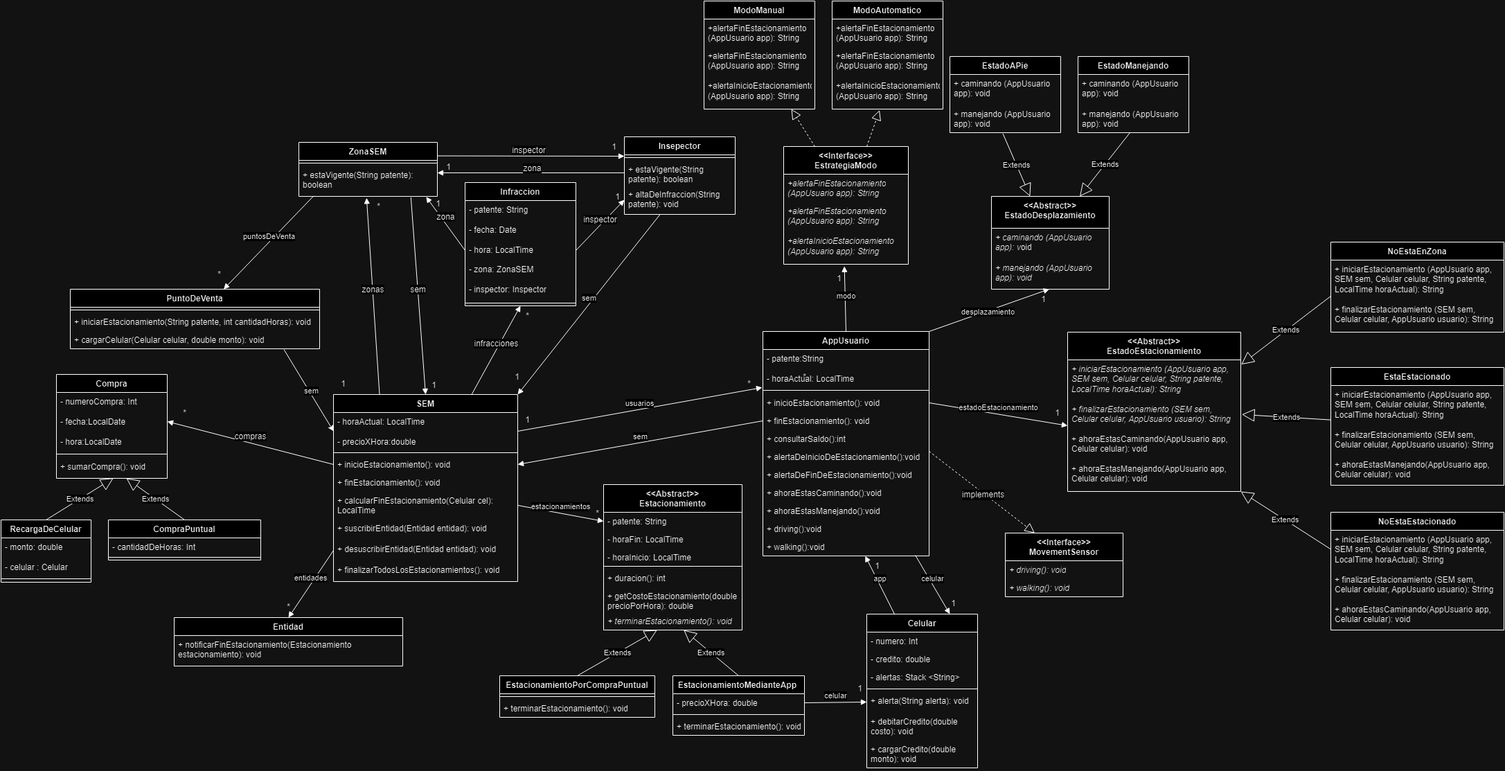
Before: OBJ2-2024.drawio.png, a diagram exported from draw.io (MateoGiuffra/po2-TpFinal2024). Source tidied: cells renumbered, new cells last; positions are measured from the earlier drawing's top-left corner, leaving out a move shared by most shapes.
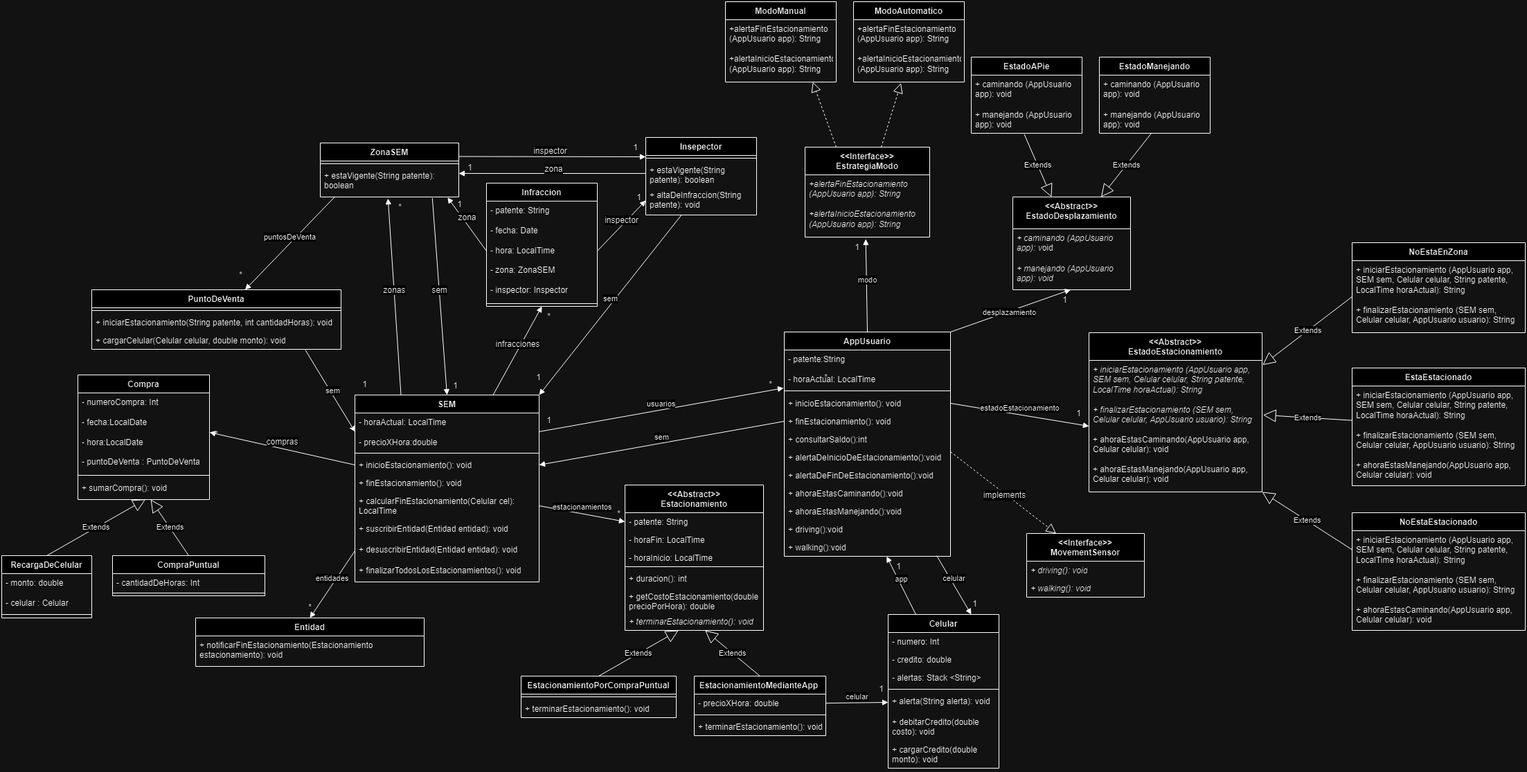
The same file after the commit.

The edit, as a diff of the source:
```diff
@@ -212,13 +212,10 @@
       <mxGeometry relative="1" as="geometry" />
     </mxCell>
     <mxCell id="71" value="&lt;div&gt;&amp;lt;&amp;lt;Interface&amp;gt;&amp;gt;&lt;/div&gt;EstrategiaModo" style="swimlane;fontStyle=1;align=center;verticalAlign=top;horizontal=1;startSize=40;whiteSpace=wrap;html=1;" parent="1" vertex="1">
-      <mxGeometry x="1130" y="210" width="180" height="170" as="geometry" />
+      <mxGeometry x="1130" y="210" width="180" height="130" as="geometry" />
     </mxCell>
-    <mxCell id="72" value="&lt;i&gt;+alertaFinEstacionamiento&lt;/i&gt;&lt;div&gt;&lt;i&gt;(AppUsuario app): String&lt;/i&gt;&lt;/div&gt;" style="text;strokeColor=none;fillColor=none;align=left;verticalAlign=top;spacingLeft=4;spacingRight=4;overflow=hidden;whiteSpace=wrap;html=1;" parent="71" vertex="1">
-      <mxGeometry y="40" width="180" height="40" as="geometry" />
-    </mxCell>
     <mxCell id="73" value="&lt;div&gt;&lt;i&gt;+alertaFinEstacionamiento&lt;/i&gt;&lt;/div&gt;&lt;div&gt;&lt;i&gt;(AppUsuario app): String&lt;/i&gt;&lt;/div&gt;&lt;div&gt;&lt;i&gt;&lt;br&gt;&lt;/i&gt;&lt;/div&gt;&lt;div&gt;&lt;i&gt;+alertaInicioEstacionamiento&lt;/i&gt;&lt;/div&gt;&lt;div&gt;&lt;i&gt;(AppUsuario app): String&lt;/i&gt;&lt;/div&gt;" style="text;strokeColor=none;fillColor=none;align=left;verticalAlign=top;spacingLeft=4;spacingRight=4;overflow=hidden;points=[[0,0.5],[1,0.5]];portConstraint=eastwest;whiteSpace=wrap;html=1;" parent="71" vertex="1">
-      <mxGeometry y="80" width="180" height="90" as="geometry" />
+      <mxGeometry y="40" width="180" height="90" as="geometry" />
     </mxCell>
     <mxCell id="74" style="html=1;verticalAlign=bottom;endArrow=block;curved=0;rounded=0;exitX=0.5;exitY=0;exitDx=0;exitDy=0;entryX=0.487;entryY=1.031;entryDx=0;entryDy=0;entryPerimeter=0;" parent="1" edge="1" source="28" target="73">
       <mxGeometry relative="1" as="geometry" />
@@ -251,22 +248,22 @@
       <mxGeometry relative="1" as="geometry" />
     </mxCell>
     <mxCell id="84" value="Compra" style="swimlane;fontStyle=1;align=center;verticalAlign=top;horizontal=1;startSize=26;whiteSpace=wrap;html=1;" parent="1" vertex="1">
-      <mxGeometry x="80" y="539" width="160" height="150" as="geometry" />
+      <mxGeometry x="80" y="539" width="190" height="180" as="geometry" />
     </mxCell>
-    <mxCell id="85" value="- numeroCompra: Int&lt;div&gt;&lt;br&gt;&lt;div&gt;- fecha:LocalDate&lt;br&gt;&lt;/div&gt;&lt;div&gt;&lt;br&gt;&lt;/div&gt;&lt;div&gt;- hora:LocalDate&amp;nbsp;&lt;br&gt;&lt;/div&gt;&lt;/div&gt;" style="text;strokeColor=none;fillColor=none;align=left;verticalAlign=top;spacingLeft=4;spacingRight=4;overflow=hidden;points=[[0,0.5],[1,0.5]];portConstraint=eastwest;whiteSpace=wrap;html=1;" parent="84" vertex="1">
-      <mxGeometry y="26" width="160" height="84" as="geometry" />
+    <mxCell id="85" value="- numeroCompra: Int&lt;div&gt;&lt;br&gt;&lt;div&gt;- fecha:LocalDate&lt;br&gt;&lt;/div&gt;&lt;div&gt;&lt;br&gt;&lt;/div&gt;&lt;div&gt;- hora:LocalDate&lt;/div&gt;&lt;div&gt;&lt;br&gt;&lt;/div&gt;&lt;div&gt;- puntoDeVenta : PuntoDeVenta&amp;nbsp;&lt;br&gt;&lt;/div&gt;&lt;/div&gt;" style="text;strokeColor=none;fillColor=none;align=left;verticalAlign=top;spacingLeft=4;spacingRight=4;overflow=hidden;points=[[0,0.5],[1,0.5]];portConstraint=eastwest;whiteSpace=wrap;html=1;" parent="84" vertex="1">
+      <mxGeometry y="26" width="190" height="114" as="geometry" />
     </mxCell>
     <mxCell id="86" style="line;strokeWidth=1;fillColor=none;align=left;verticalAlign=middle;spacingTop=-1;spacingLeft=3;spacingRight=3;labelPosition=right;strokeColor=inherit;" parent="84" vertex="1">
-      <mxGeometry y="110" width="160" height="10" as="geometry" />
+      <mxGeometry y="140" width="190" height="10" as="geometry" />
     </mxCell>
     <mxCell id="87" value="&lt;div&gt;+ sumarCompra(): void&lt;/div&gt;" style="text;strokeColor=none;fillColor=none;align=left;verticalAlign=top;spacingLeft=4;spacingRight=4;overflow=hidden;points=[[0,0.5],[1,0.5]];portConstraint=eastwest;whiteSpace=wrap;html=1;" parent="84" vertex="1">
-      <mxGeometry y="120" width="160" height="30" as="geometry" />
+      <mxGeometry y="150" width="190" height="30" as="geometry" />
     </mxCell>
     <mxCell id="88" value="&lt;span style=&quot;font-size: 12px; background-color: rgb(251, 251, 251);&quot;&gt;compras&lt;/span&gt;" style="html=1;verticalAlign=bottom;endArrow=block;curved=0;rounded=0;entryX=1;entryY=0.5;entryDx=0;entryDy=0;exitX=0;exitY=0.5;exitDx=0;exitDy=0;" parent="1" edge="1" source="5" target="85">
       <mxGeometry relative="1" as="geometry" />
     </mxCell>
     <mxCell id="89" value="RecargaDeCelular" style="swimlane;fontStyle=1;align=center;verticalAlign=top;horizontal=1;startSize=26;whiteSpace=wrap;html=1;" parent="1" vertex="1">
-      <mxGeometry y="749" width="130" height="90" as="geometry" />
+      <mxGeometry x="-30" y="800" width="130" height="90" as="geometry" />
     </mxCell>
     <mxCell id="90" value="- monto: double&lt;div&gt;&lt;br&gt;&lt;div&gt;- celular : Celular&lt;br&gt;&lt;/div&gt;&lt;/div&gt;" style="text;strokeColor=none;fillColor=none;align=left;verticalAlign=top;spacingLeft=4;spacingRight=4;overflow=hidden;whiteSpace=wrap;html=1;" parent="89" vertex="1">
       <mxGeometry y="26" width="130" height="54" as="geometry" />
@@ -275,7 +272,7 @@
       <mxGeometry y="80" width="130" height="10" as="geometry" />
     </mxCell>
     <mxCell id="92" value="CompraPuntual" style="swimlane;fontStyle=1;align=center;verticalAlign=top;horizontal=1;startSize=26;whiteSpace=wrap;html=1;" parent="1" vertex="1">
-      <mxGeometry x="155" y="749" width="220" height="58" as="geometry" />
+      <mxGeometry x="130" y="800" width="220" height="58" as="geometry" />
     </mxCell>
     <mxCell id="93" value="- cantidadDeHoras: Int&amp;nbsp;" style="text;strokeColor=none;fillColor=none;align=left;verticalAlign=top;spacingLeft=4;spacingRight=4;overflow=hidden;whiteSpace=wrap;html=1;" parent="92" vertex="1">
       <mxGeometry y="26" width="220" height="24" as="geometry" />
@@ -319,7 +316,7 @@
       <mxGeometry x="745" y="440" width="30" height="30" as="geometry" />
     </mxCell>
     <mxCell id="106" value="*" style="text;html=1;align=center;verticalAlign=middle;strokeColor=none;fillColor=none;" parent="1" vertex="1">
-      <mxGeometry x="250" y="580" width="30" height="30" as="geometry" />
+      <mxGeometry x="265" y="610" width="30" height="30" as="geometry" />
     </mxCell>
     <mxCell id="107" value="*" style="text;html=1;align=center;verticalAlign=middle;strokeColor=none;fillColor=none;" parent="1" vertex="1">
       <mxGeometry x="400" y="860" width="30" height="30" as="geometry" />
@@ -334,7 +331,7 @@
       <mxGeometry x="1490" y="416" width="30" height="30" as="geometry" />
     </mxCell>
     <mxCell id="111" value="1" style="text;html=1;align=center;verticalAlign=middle;strokeColor=none;fillColor=none;" parent="1" vertex="1">
-      <mxGeometry x="1195" y="386" width="30" height="30" as="geometry" />
+      <mxGeometry x="1190" y="340" width="30" height="30" as="geometry" />
     </mxCell>
     <mxCell id="112" value="1" style="text;html=1;align=center;verticalAlign=middle;strokeColor=none;fillColor=none;" parent="1" vertex="1">
       <mxGeometry x="1360" y="855" width="30" height="30" as="geometry" />
@@ -439,22 +436,16 @@
       <mxGeometry x="616" y="278" width="30" height="30" as="geometry" />
     </mxCell>
     <mxCell id="144" value="ModoManual" style="swimlane;fontStyle=1;align=center;verticalAlign=top;horizontal=1;startSize=26;whiteSpace=wrap;html=1;" parent="1" vertex="1">
-      <mxGeometry x="1015" width="160" height="156" as="geometry" />
+      <mxGeometry x="1015" width="160" height="116" as="geometry" />
     </mxCell>
-    <mxCell id="145" value="&lt;span&gt;+alertaFinEstacionamiento&lt;/span&gt;&lt;div&gt;&lt;span&gt;(AppUsuario app): String&lt;/span&gt;&lt;/div&gt;" style="text;strokeColor=none;fillColor=none;align=left;verticalAlign=top;spacingLeft=4;spacingRight=4;overflow=hidden;whiteSpace=wrap;html=1;fontStyle=0;" parent="144" vertex="1">
-      <mxGeometry y="26" width="160" height="40" as="geometry" />
-    </mxCell>
     <mxCell id="146" value="&lt;div&gt;&lt;span&gt;+alertaFinEstacionamiento&lt;/span&gt;&lt;/div&gt;&lt;div&gt;&lt;span&gt;(AppUsuario app): String&lt;/span&gt;&lt;/div&gt;&lt;div&gt;&lt;span&gt;&lt;br&gt;&lt;/span&gt;&lt;/div&gt;&lt;div&gt;&lt;span&gt;+alertaInicioEstacionamiento&lt;/span&gt;&lt;/div&gt;&lt;div&gt;&lt;span&gt;(AppUsuario app): String&lt;/span&gt;&lt;/div&gt;" style="text;strokeColor=none;fillColor=none;align=left;verticalAlign=top;spacingLeft=4;spacingRight=4;overflow=hidden;points=[[0,0.5],[1,0.5]];portConstraint=eastwest;whiteSpace=wrap;html=1;fontStyle=0;" parent="144" vertex="1">
-      <mxGeometry y="66" width="160" height="90" as="geometry" />
+      <mxGeometry y="26" width="160" height="90" as="geometry" />
     </mxCell>
     <mxCell id="147" value="ModoAutomatico" style="swimlane;fontStyle=1;align=center;verticalAlign=top;horizontal=1;startSize=26;whiteSpace=wrap;html=1;" parent="1" vertex="1">
-      <mxGeometry x="1200" width="160" height="156" as="geometry" />
+      <mxGeometry x="1200" width="160" height="116" as="geometry" />
     </mxCell>
-    <mxCell id="148" value="&lt;span&gt;+alertaFinEstacionamiento&lt;/span&gt;&lt;div&gt;&lt;span&gt;(AppUsuario app): String&lt;/span&gt;&lt;/div&gt;" style="text;strokeColor=none;fillColor=none;align=left;verticalAlign=top;spacingLeft=4;spacingRight=4;overflow=hidden;whiteSpace=wrap;html=1;fontStyle=0;" parent="147" vertex="1">
-      <mxGeometry y="26" width="160" height="40" as="geometry" />
-    </mxCell>
     <mxCell id="149" value="&lt;div&gt;&lt;span&gt;+alertaFinEstacionamiento&lt;/span&gt;&lt;/div&gt;&lt;div&gt;&lt;span&gt;(AppUsuario app): String&lt;/span&gt;&lt;/div&gt;&lt;div&gt;&lt;span&gt;&lt;br&gt;&lt;/span&gt;&lt;/div&gt;&lt;div&gt;&lt;span&gt;+alertaInicioEstacionamiento&lt;/span&gt;&lt;/div&gt;&lt;div&gt;&lt;span&gt;(AppUsuario app): String&lt;/span&gt;&lt;/div&gt;" style="text;strokeColor=none;fillColor=none;align=left;verticalAlign=top;spacingLeft=4;spacingRight=4;overflow=hidden;points=[[0,0.5],[1,0.5]];portConstraint=eastwest;whiteSpace=wrap;html=1;fontStyle=0;" parent="147" vertex="1">
-      <mxGeometry y="66" width="160" height="90" as="geometry" />
+      <mxGeometry y="26" width="160" height="90" as="geometry" />
     </mxCell>
     <mxCell id="150" style="endArrow=block;dashed=1;endFill=0;endSize=12;html=1;rounded=0;entryX=0.788;entryY=1;entryDx=0;entryDy=0;entryPerimeter=0;exitX=0.25;exitY=0;exitDx=0;exitDy=0;" parent="1" edge="1" source="71" target="146">
       <mxGeometry relative="1" as="geometry" />
```
